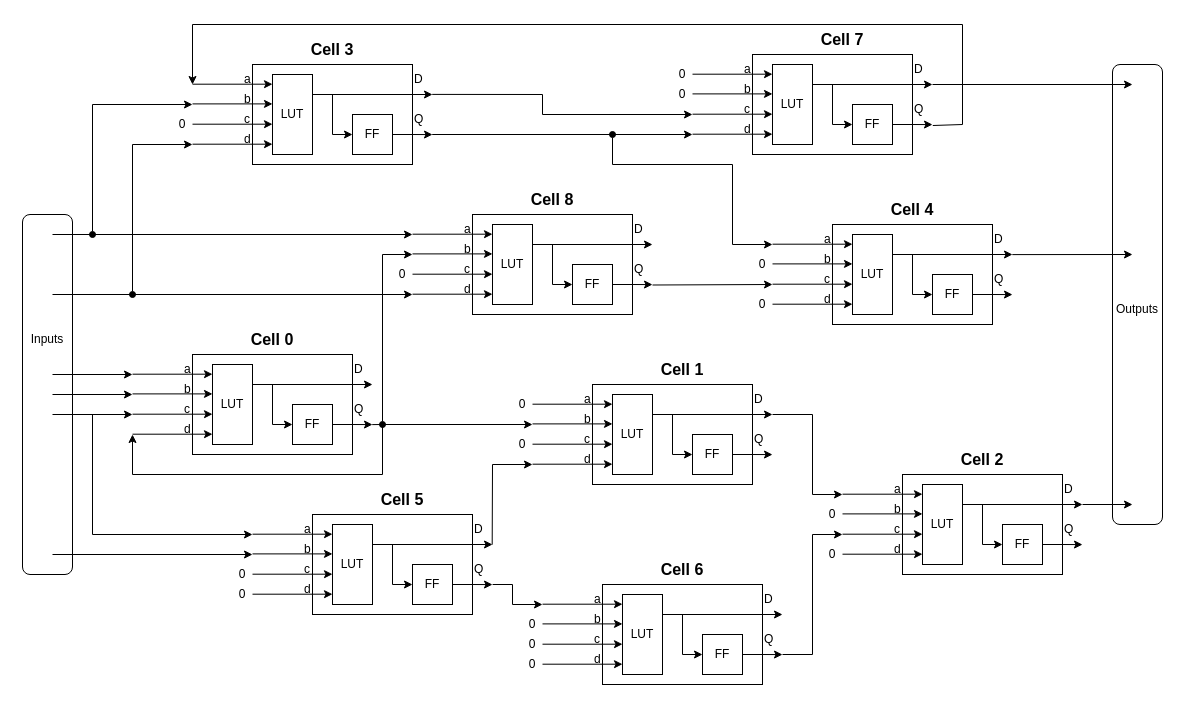
This is page "Network_of_LUTFF_cells" (4 of 7) of assets/cuda_sim/graph_diagram.drawio from tomverbeure/tomverbeure.github.io, a draw.io file, before an edit. Source tidied: cells renumbered, new cells numbered last; positions are measured from the earlier drawing's top-left corner, leaving out a move shared by most shapes. Both pictures are drawn from the tidied source at 100%, with x=0, y=0 at pixel (17, 24).
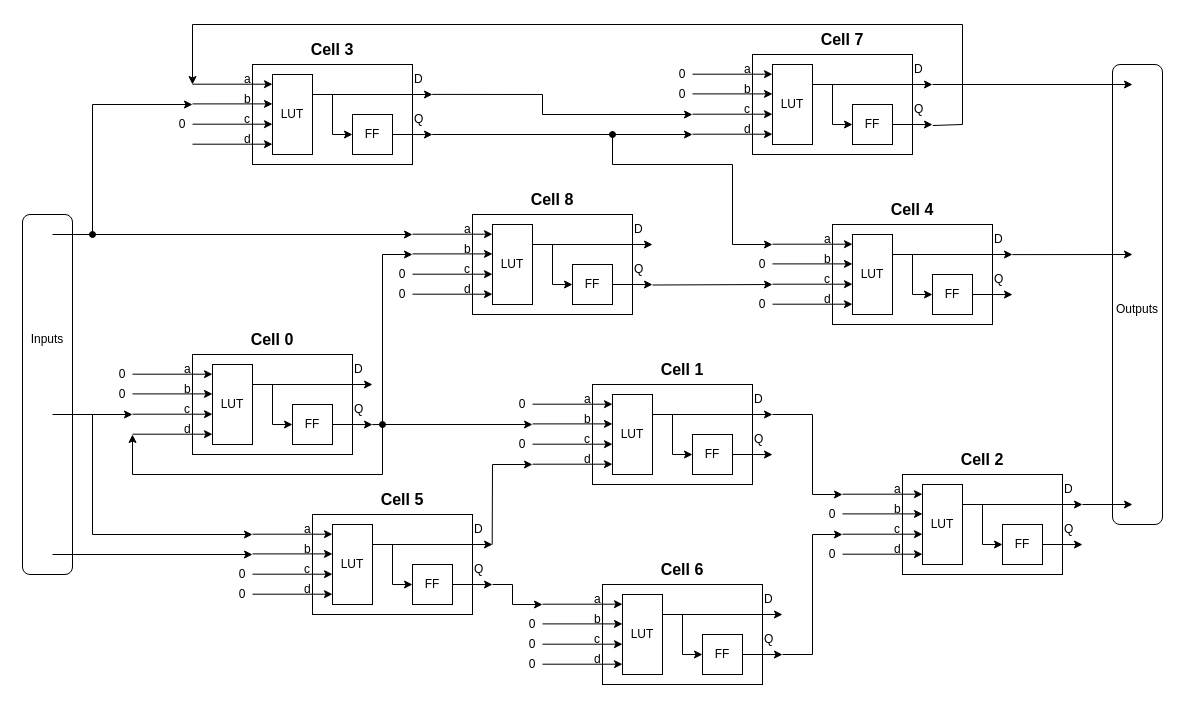
The same page after the edit.

What changed in the source:
```diff
@@
-    <mxCell id="5" style="endArrow=classic;html=1;rounded=0;" parent="1" edge="1">
-      <mxGeometry relative="1" as="geometry">
-        <mxPoint x="35" y="270" as="sourcePoint" />
-        <mxPoint x="395" y="270" as="targetPoint" />
-      </mxGeometry>
-    </mxCell>
@@
-    <mxCell id="8" style="endArrow=classic;html=1;rounded=0;" parent="1" edge="1">
-      <mxGeometry relative="1" as="geometry">
-        <mxPoint x="35" y="350" as="sourcePoint" />
-        <mxPoint x="115" y="350" as="targetPoint" />
-      </mxGeometry>
-    </mxCell>
-    <mxCell id="9" style="endArrow=classic;html=1;rounded=0;" parent="1" edge="1">
-      <mxGeometry relative="1" as="geometry">
-        <mxPoint x="35" y="370" as="sourcePoint" />
-        <mxPoint x="115" y="370" as="targetPoint" />
-      </mxGeometry>
-    </mxCell>
@@
-    <mxCell id="26" style="endArrow=classic;html=1;rounded=0;startArrow=oval;startFill=1;" parent="1" edge="1">
-      <mxGeometry relative="1" as="geometry">
-        <mxPoint x="115" y="270" as="sourcePoint" />
-        <mxPoint x="175" y="120" as="targetPoint" />
-        <Array as="points">
-          <mxPoint x="115" y="120" />
-        </Array>
-      </mxGeometry>
-    </mxCell>
@@
+    <mxCell id="208" value="0" style="text;html=1;strokeColor=none;fillColor=none;align=center;verticalAlign=middle;whiteSpace=wrap;rounded=0;" parent="1" vertex="1">
+      <mxGeometry x="95" y="340" width="20" height="20" as="geometry" />
+    </mxCell>
+    <mxCell id="209" value="0" style="text;html=1;strokeColor=none;fillColor=none;align=center;verticalAlign=middle;whiteSpace=wrap;rounded=0;" parent="1" vertex="1">
+      <mxGeometry x="95" y="360" width="20" height="20" as="geometry" />
+    </mxCell>
+    <mxCell id="210" value="0" style="text;html=1;strokeColor=none;fillColor=none;align=center;verticalAlign=middle;whiteSpace=wrap;rounded=0;" parent="1" vertex="1">
+      <mxGeometry x="375" y="260" width="20" height="20" as="geometry" />
+    </mxCell>
```
